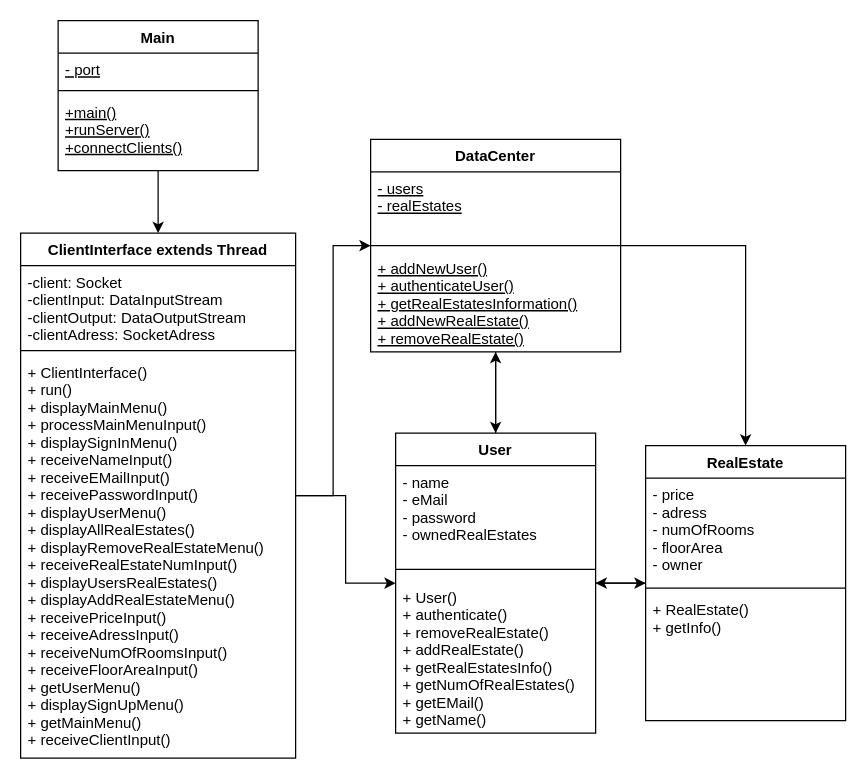
The draw.io diagram EntwurfsdiagrammServer.drawio in FabioKron/Online-Immobilienportal, before the edit. Source tidied: cells renumbered, new cells numbered last; positions are measured from the earlier drawing's top-left corner, leaving out a move shared by most shapes. Both pictures are drawn from the tidied source at 125%, with x=0, y=0 at pixel (20, 20).
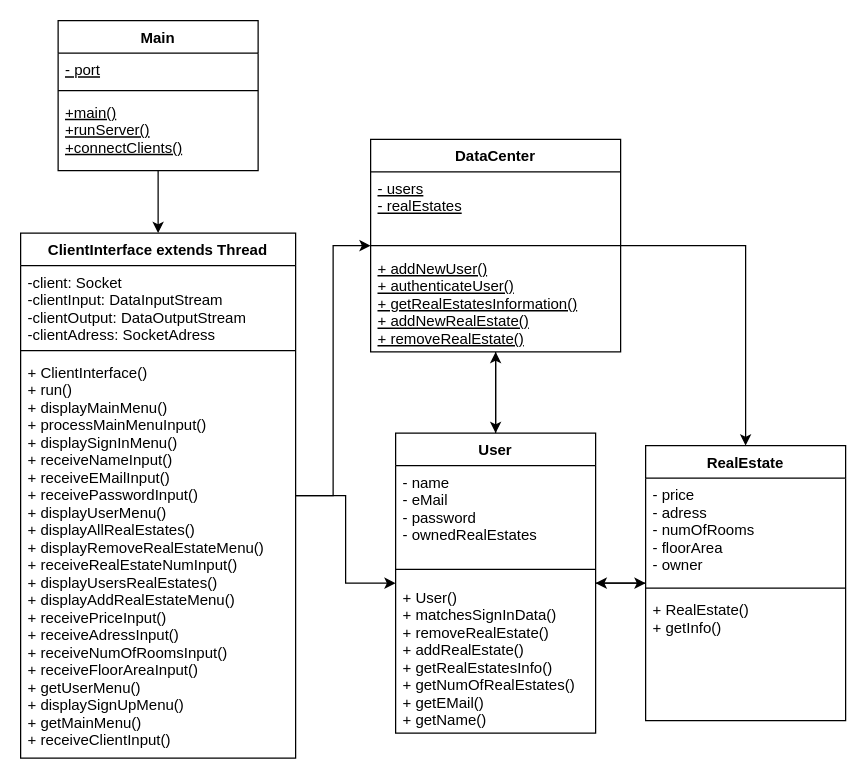
Above is the later version.

Commit message (it also covers changes not shown here):
Umbenennen einener Methode in den Modellierungsdiagrammen User.authenticate() zu User.matchesSignInData()

Unchanged cells that the change refers to:
```xml
<mxCell id="15" value="User" style="swimlane;fontStyle=1;align=center;verticalAlign=top;horizontal=1;startSize=26;" parent="1" vertex="1">
  <mxGeometry x="300" y="330" width="160" height="240" as="geometry" />
</mxCell>
```

Diff of the diagram source:
```diff
@@
-    <mxCell id="18" value="+ User()&#10;+ authenticate()&#10;+ removeRealEstate()&#10;+ addRealEstate()&#10;+ getRealEstatesInfo()&#10;+ getNumOfRealEstates()&#10;+ getEMail()&#10;+ getName()" style="text;strokeColor=none;fillColor=none;align=left;verticalAlign=top;spacingLeft=4;spacingRight=4;overflow=hidden;" parent="15" vertex="1">
+    <mxCell id="18" value="+ User()&#10;+ matchesSignInData()&#10;+ removeRealEstate()&#10;+ addRealEstate()&#10;+ getRealEstatesInfo()&#10;+ getNumOfRealEstates()&#10;+ getEMail()&#10;+ getName()" style="text;strokeColor=none;fillColor=none;align=left;verticalAlign=top;spacingLeft=4;spacingRight=4;overflow=hidden;" parent="15" vertex="1">
       <mxGeometry y="118" width="160" height="122" as="geometry" />
     </mxCell>
```
